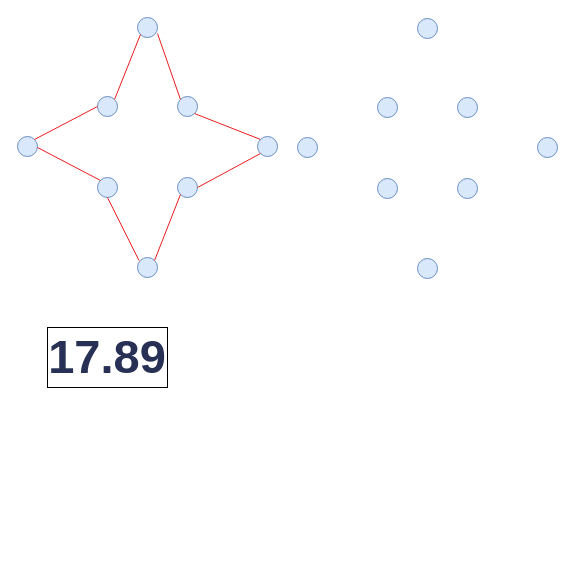
Above: 1-3.drawio in YinhuaChen-cloud/Advanced_Algorithm_hw (draw.io), before the change. Source tidied: cells renumbered, new cells numbered last; positions are measured from the earlier drawing's top-left corner, leaving out a move shared by most shapes. Both pictures are drawn from the tidied source at 100%, with x=0, y=0 at pixel (17, 17).
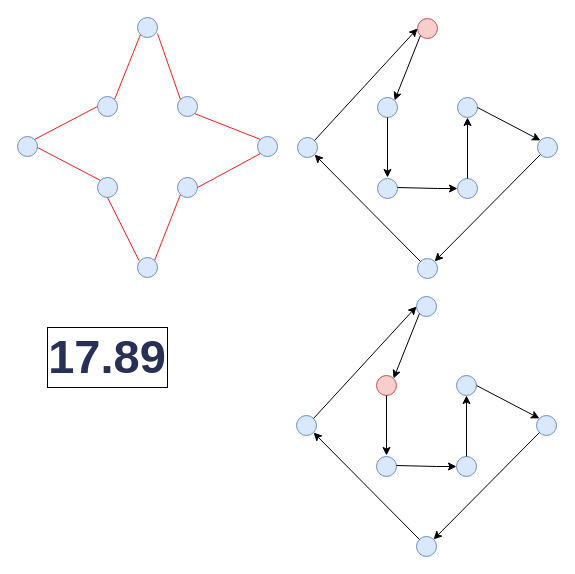
Above is the later version.

The change refers to these unchanged cells:
```xml
<mxCell id="19" style="ellipse;whiteSpace=wrap;html=1;fillColor=#dae8fc;strokeColor=#6c8ebf;" parent="1" vertex="1">
  <mxGeometry x="360" y="80" width="20" height="20" as="geometry" />
</mxCell>
<mxCell id="21" style="ellipse;whiteSpace=wrap;html=1;fillColor=#dae8fc;strokeColor=#6c8ebf;" parent="1" vertex="1">
  <mxGeometry x="280" y="120" width="20" height="20" as="geometry" />
</mxCell>
<mxCell id="22" style="ellipse;whiteSpace=wrap;html=1;fillColor=#dae8fc;strokeColor=#6c8ebf;" parent="1" vertex="1">
  <mxGeometry x="440" y="80" width="20" height="20" as="geometry" />
</mxCell>
<mxCell id="24" style="ellipse;whiteSpace=wrap;html=1;fillColor=#dae8fc;strokeColor=#6c8ebf;" parent="1" vertex="1">
  <mxGeometry x="400" y="241" width="20" height="20" as="geometry" />
</mxCell>
<mxCell id="25" style="ellipse;whiteSpace=wrap;html=1;fillColor=#dae8fc;strokeColor=#6c8ebf;" parent="1" vertex="1">
  <mxGeometry x="440" y="161" width="20" height="20" as="geometry" />
</mxCell>
<mxCell id="26" style="ellipse;whiteSpace=wrap;html=1;fillColor=#dae8fc;strokeColor=#6c8ebf;" parent="1" vertex="1">
  <mxGeometry x="520" y="120" width="20" height="20" as="geometry" />
</mxCell>
```

What changed in the source:
```diff
@@
-    <mxCell id="20" style="ellipse;whiteSpace=wrap;html=1;fillColor=#dae8fc;strokeColor=#6c8ebf;" parent="1" vertex="1">
+    <mxCell id="20" style="ellipse;whiteSpace=wrap;html=1;fillColor=#f8cecc;strokeColor=#b85450;" parent="1" vertex="1">
       <mxGeometry x="400" y="1" width="20" height="20" as="geometry" />
     </mxCell>
@@
+    <mxCell id="27" style="endArrow=classic;html=1;rounded=0;exitX=0;exitY=1;exitDx=0;exitDy=0;entryX=1;entryY=0;entryDx=0;entryDy=0;" parent="1" edge="1" source="20" target="19">
+      <mxGeometry relative="1" as="geometry" />
+    </mxCell>
+    <mxCell id="28" style="endArrow=classic;html=1;rounded=0;" parent="1" edge="1">
+      <mxGeometry relative="1" as="geometry">
+        <mxPoint x="370" y="100" as="sourcePoint" />
+        <mxPoint x="370" y="160" as="targetPoint" />
+      </mxGeometry>
+    </mxCell>
+    <mxCell id="29" style="endArrow=classic;html=1;rounded=0;entryX=0;entryY=0.5;entryDx=0;entryDy=0;" parent="1" edge="1" target="25">
+      <mxGeometry relative="1" as="geometry">
+        <mxPoint x="380" y="170" as="sourcePoint" />
+        <Array as="points">
+          <mxPoint x="420" y="171" />
+        </Array>
+      </mxGeometry>
+    </mxCell>
+    <mxCell id="30" style="endArrow=classic;html=1;rounded=0;entryX=0.5;entryY=1;entryDx=0;entryDy=0;exitX=0.5;exitY=0;exitDx=0;exitDy=0;" parent="1" edge="1" source="25" target="22">
+      <mxGeometry relative="1" as="geometry" />
+    </mxCell>
+    <mxCell id="31" style="endArrow=classic;html=1;rounded=0;entryX=0;entryY=0;entryDx=0;entryDy=0;exitX=1;exitY=0.5;exitDx=0;exitDy=0;" parent="1" edge="1" source="22" target="26">
+      <mxGeometry relative="1" as="geometry" />
+    </mxCell>
+    <mxCell id="32" style="endArrow=classic;html=1;rounded=0;entryX=1;entryY=0;entryDx=0;entryDy=0;exitX=0;exitY=1;exitDx=0;exitDy=0;" parent="1" edge="1" source="26" target="24">
+      <mxGeometry relative="1" as="geometry" />
+    </mxCell>
+    <mxCell id="33" style="endArrow=classic;html=1;rounded=0;entryX=1;entryY=1;entryDx=0;entryDy=0;exitX=0;exitY=0;exitDx=0;exitDy=0;" parent="1" edge="1" source="24" target="21">
+      <mxGeometry relative="1" as="geometry" />
+    </mxCell>
+    <mxCell id="34" style="endArrow=classic;html=1;rounded=0;entryX=0;entryY=0.5;entryDx=0;entryDy=0;exitX=1;exitY=0;exitDx=0;exitDy=0;" parent="1" edge="1" source="21" target="20">
+      <mxGeometry relative="1" as="geometry" />
+    </mxCell>
+    <mxCell id="35" style="ellipse;whiteSpace=wrap;html=1;fillColor=#f8cecc;strokeColor=#b85450;" parent="1" vertex="1">
+      <mxGeometry x="359" y="358" width="20" height="20" as="geometry" />
+    </mxCell>
+    <mxCell id="36" style="ellipse;whiteSpace=wrap;html=1;fillColor=#dae8fc;strokeColor=#6c8ebf;" parent="1" vertex="1">
+      <mxGeometry x="399" y="279" width="20" height="20" as="geometry" />
+    </mxCell>
+    <mxCell id="37" style="ellipse;whiteSpace=wrap;html=1;fillColor=#dae8fc;strokeColor=#6c8ebf;" parent="1" vertex="1">
+      <mxGeometry x="279" y="398" width="20" height="20" as="geometry" />
+    </mxCell>
+    <mxCell id="38" style="ellipse;whiteSpace=wrap;html=1;fillColor=#dae8fc;strokeColor=#6c8ebf;" parent="1" vertex="1">
+      <mxGeometry x="439" y="358" width="20" height="20" as="geometry" />
+    </mxCell>
+    <mxCell id="39" style="ellipse;whiteSpace=wrap;html=1;fillColor=#dae8fc;strokeColor=#6c8ebf;" parent="1" vertex="1">
+      <mxGeometry x="359" y="439" width="20" height="20" as="geometry" />
+    </mxCell>
+    <mxCell id="40" style="ellipse;whiteSpace=wrap;html=1;fillColor=#dae8fc;strokeColor=#6c8ebf;" parent="1" vertex="1">
+      <mxGeometry x="399" y="519" width="20" height="20" as="geometry" />
+    </mxCell>
+    <mxCell id="41" style="ellipse;whiteSpace=wrap;html=1;fillColor=#dae8fc;strokeColor=#6c8ebf;" parent="1" vertex="1">
+      <mxGeometry x="439" y="439" width="20" height="20" as="geometry" />
+    </mxCell>
+    <mxCell id="42" style="ellipse;whiteSpace=wrap;html=1;fillColor=#dae8fc;strokeColor=#6c8ebf;" parent="1" vertex="1">
+      <mxGeometry x="519" y="398" width="20" height="20" as="geometry" />
+    </mxCell>
+    <mxCell id="43" style="endArrow=classic;html=1;rounded=0;exitX=0;exitY=1;exitDx=0;exitDy=0;entryX=1;entryY=0;entryDx=0;entryDy=0;" parent="1" edge="1" source="36" target="35">
+      <mxGeometry relative="1" as="geometry" />
+    </mxCell>
+    <mxCell id="44" style="endArrow=classic;html=1;rounded=0;" parent="1" edge="1">
+      <mxGeometry relative="1" as="geometry">
+        <mxPoint x="369" y="378" as="sourcePoint" />
+        <mxPoint x="369" y="438" as="targetPoint" />
+      </mxGeometry>
+    </mxCell>
+    <mxCell id="45" style="endArrow=classic;html=1;rounded=0;entryX=0;entryY=0.5;entryDx=0;entryDy=0;" parent="1" edge="1" target="41">
+      <mxGeometry relative="1" as="geometry">
+        <mxPoint x="379" y="448" as="sourcePoint" />
+        <Array as="points">
+          <mxPoint x="419" y="449" />
+        </Array>
+      </mxGeometry>
+    </mxCell>
+    <mxCell id="46" style="endArrow=classic;html=1;rounded=0;entryX=0.5;entryY=1;entryDx=0;entryDy=0;exitX=0.5;exitY=0;exitDx=0;exitDy=0;" parent="1" edge="1" source="41" target="38">
+      <mxGeometry relative="1" as="geometry" />
+    </mxCell>
+    <mxCell id="47" style="endArrow=classic;html=1;rounded=0;entryX=0;entryY=0;entryDx=0;entryDy=0;exitX=1;exitY=0.5;exitDx=0;exitDy=0;" parent="1" edge="1" source="38" target="42">
+      <mxGeometry relative="1" as="geometry" />
+    </mxCell>
+    <mxCell id="48" style="endArrow=classic;html=1;rounded=0;entryX=1;entryY=0;entryDx=0;entryDy=0;exitX=0;exitY=1;exitDx=0;exitDy=0;" parent="1" edge="1" source="42" target="40">
+      <mxGeometry relative="1" as="geometry" />
+    </mxCell>
+    <mxCell id="49" style="endArrow=classic;html=1;rounded=0;entryX=1;entryY=1;entryDx=0;entryDy=0;exitX=0;exitY=0;exitDx=0;exitDy=0;" parent="1" edge="1" source="40" target="37">
+      <mxGeometry relative="1" as="geometry" />
+    </mxCell>
+    <mxCell id="50" style="endArrow=classic;html=1;rounded=0;entryX=0;entryY=0.5;entryDx=0;entryDy=0;exitX=1;exitY=0;exitDx=0;exitDy=0;" parent="1" edge="1" source="37" target="36">
+      <mxGeometry relative="1" as="geometry" />
+    </mxCell>
```
